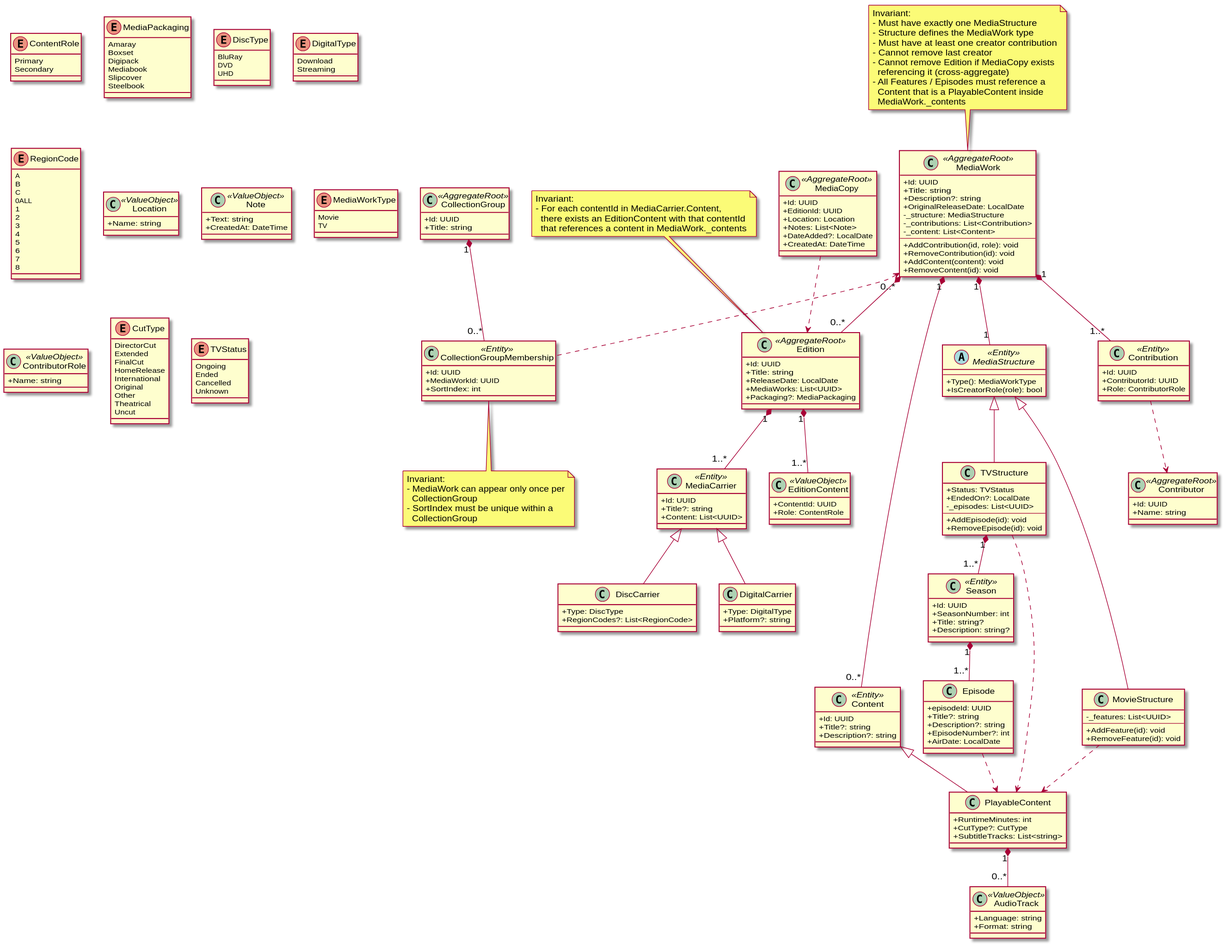
Earlier version of the PlantUML export docs/diagrams/domain/domain-all.svg (yantue/colleq).
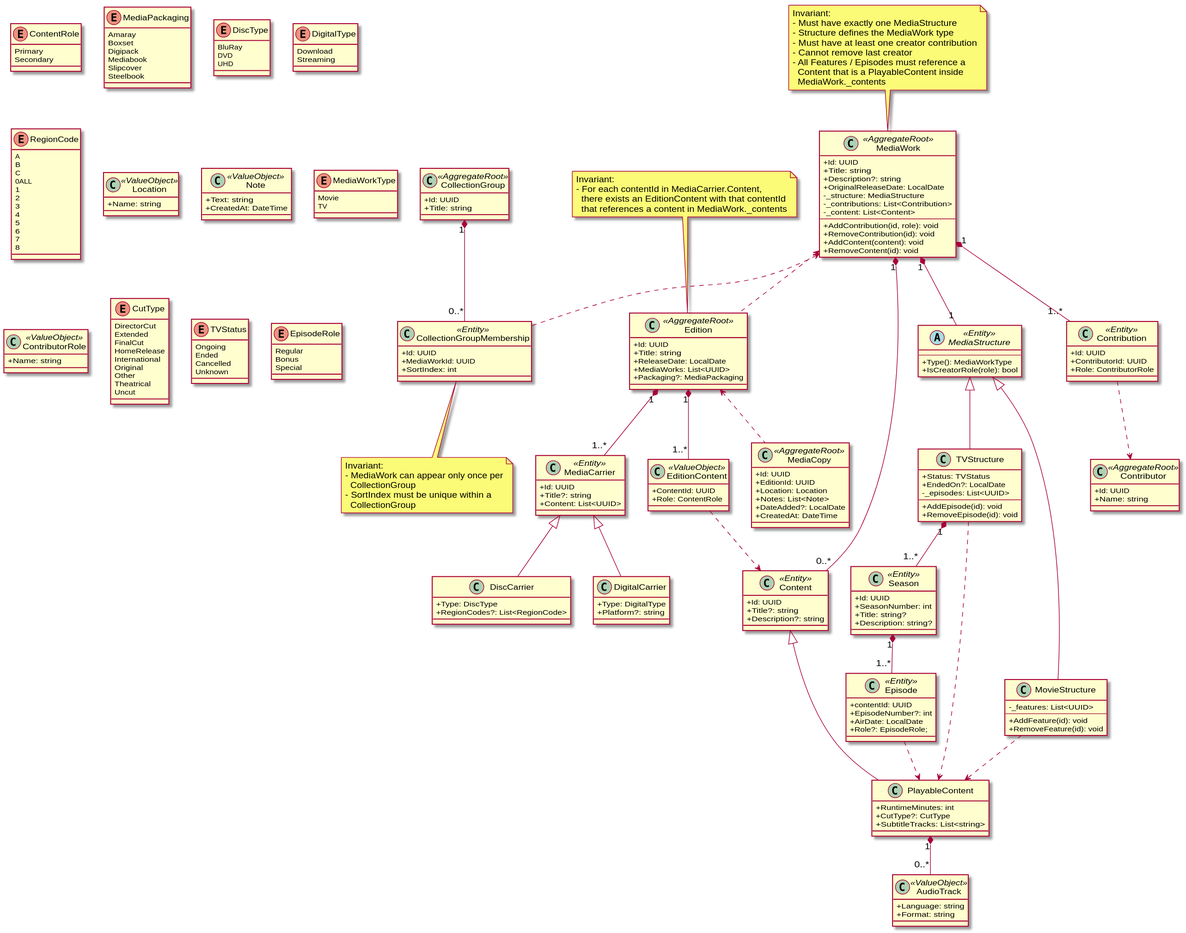
After the change.

The edit, as a diff of the source:
```diff
@@ -23,6 +23,8 @@
 end note
 
 CollectionGroup "1" *-- "0..*" CollectionGroupMembership
+
+MediaWork <.. CollectionGroupMembership
 
 skinparam classAttributeIconSize 0
 
@@ -117,6 +119,9 @@
     8
 }
 
+MediaWork <.. Edition
+EditionContent ..> Content
+
 skinparam classAttributeIconSize 0
 
 class MediaCopy <<AggregateRoot>> {
@@ -136,6 +141,8 @@
     +Text: string
     +CreatedAt: DateTime
 }
+
+Edition <.. MediaCopy
 
 skinparam classAttributeIconSize 0
 
@@ -160,8 +167,6 @@
 - Structure defines the MediaWork type
 - Must have at least one creator contribution
 - Cannot remove last creator
-- Cannot remove Edition if MediaCopy exists
-  referencing it (cross-aggregate)
 - All Features / Episodes must reference a
   Content that is a PlayableContent inside
   MediaWork._contents
@@ -265,24 +270,23 @@
 
 TVStructure "1" *-- "1..*" Season
 
-class Episode {
-    +episodeId: UUID
-    +Title?: string
-    +Description?: string
+class Episode <<Entity>> {
+    +contentId: UUID
     +EpisodeNumber?: int
     +AirDate: LocalDate
+    +Role?: EpisodeRole;
 }
 
 Season "1" *-- "1..*" Episode
 Episode ..> PlayableContent
 
+enum EpisodeRole {
+    Regular
+    Bonus
+    Special
+}
 
 Contribution ..> Contributor
 
-MediaWork <.. CollectionGroupMembership
-
-MediaCopy ..> Edition
-
-MediaWork "0..*" *-- "0..*" Edition
 
 @enduml
```
